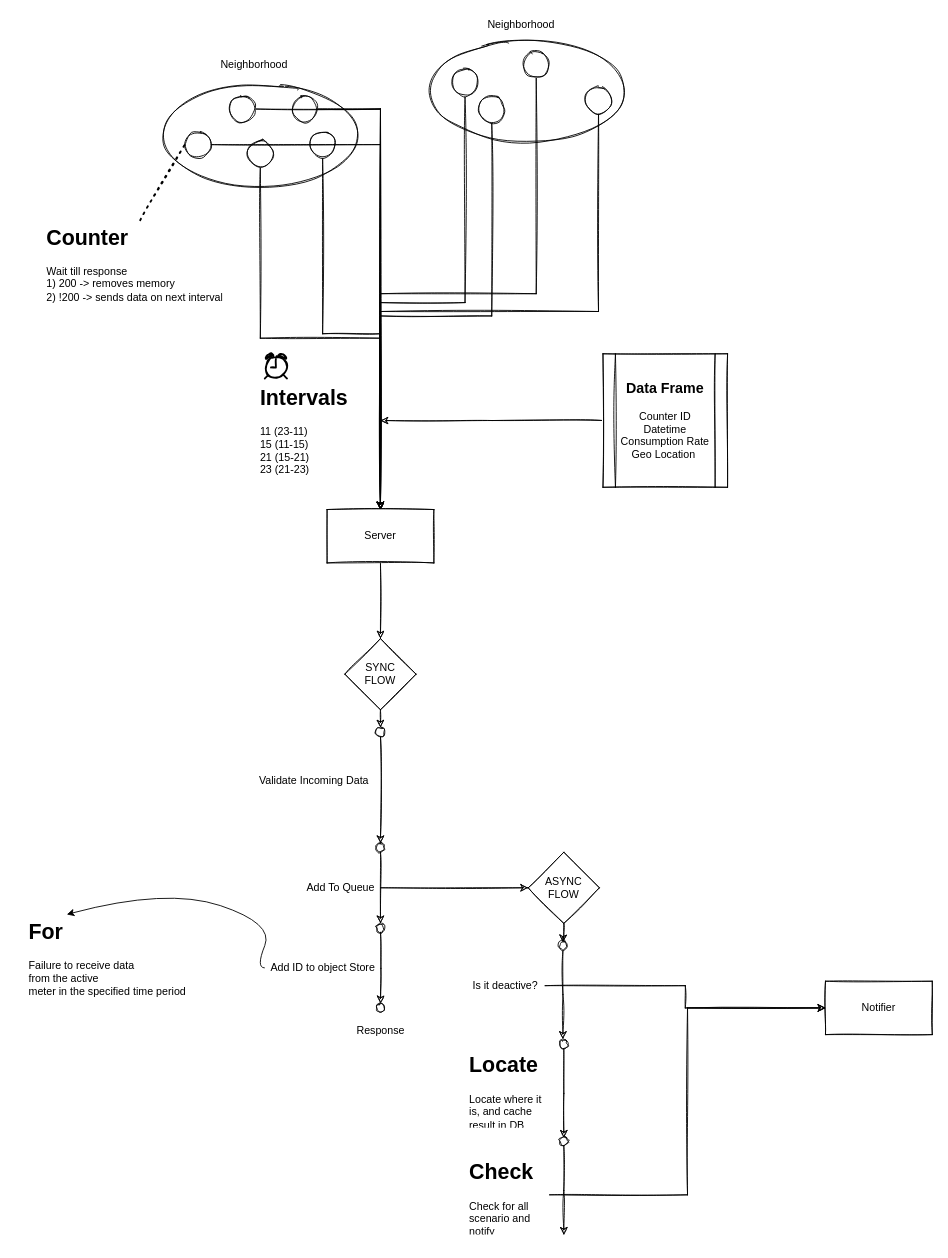
Earlier version of the draw.io diagram System.drawio (micrommer/counter). Source tidied: cells renumbered, new cells numbered last; positions are measured from the earlier drawing's top-left corner, leaving out a move shared by most shapes. Both pictures are drawn from the tidied source at 89%, with x=0, y=0 at pixel (24, 15).
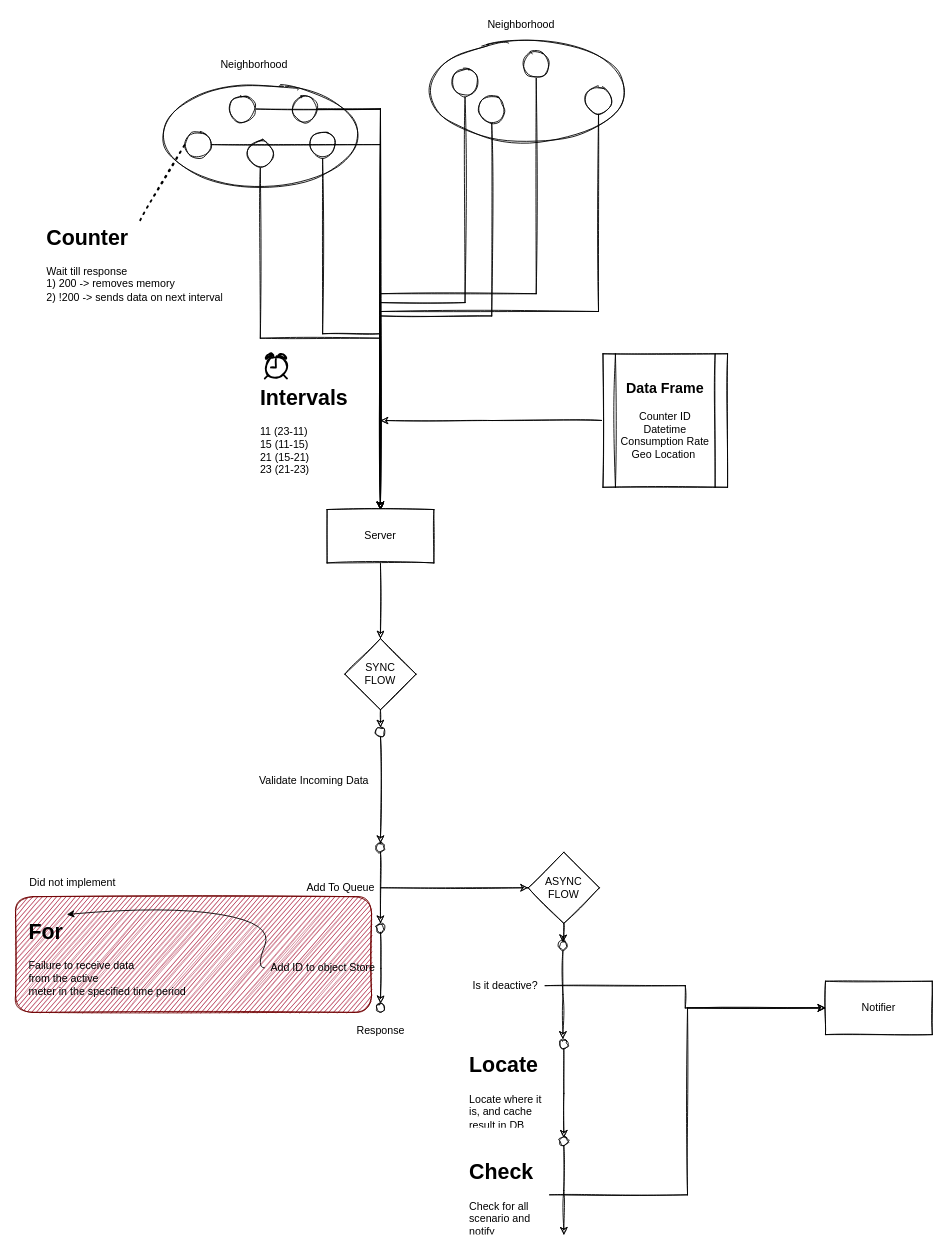
The same page after the edit.

Unchanged cells that the change refers to:
```xml
<mxCell id="44" value="Add ID to object Store" style="text;html=1;align=center;verticalAlign=middle;points=[];strokeColor=none;" parent="1" vertex="1">
  <mxGeometry x="270" y="1060" width="130" height="20" as="geometry" />
</mxCell>
<mxCell id="46" value="&lt;h1&gt;For&lt;/h1&gt;&lt;div&gt;Failure to receive data&lt;br&gt;from the active&lt;br&gt;meter in the specified&amp;nbsp;time period&lt;br&gt;&lt;/div&gt;" style="text;html=1;strokeColor=none;fillColor=none;spacing=5;spacingTop=-20;whiteSpace=wrap;overflow=hidden;rounded=0;sketch=1;" parent="1" vertex="1">
  <mxGeometry y="1010" width="190" height="110" as="geometry" />
</mxCell>
```

The edit, as a diff of the source:
```diff
@@
+    <mxCell id="62" style="rounded=1;whiteSpace=wrap;html=1;sketch=1;fillColor=#a20025;strokeColor=#6F0000;fontColor=#ffffff;" parent="1" vertex="1">
+      <mxGeometry x="-10" y="990" width="400" height="130" as="geometry" />
+    </mxCell>
@@
     <mxCell id="45" style="curved=1;endArrow=classic;html=1;entryX=0.25;entryY=0;entryDx=0;entryDy=0;" parent="1" edge="1" source="44" target="46">
       <mxGeometry relative="1" as="geometry">
         <Array as="points">
           <mxPoint x="260" y="1070" />
           <mxPoint x="280" y="1020" />
-          <mxPoint x="160" y="980" />
+          <mxPoint x="160" y="1000" />
         </Array>
       </mxGeometry>
     </mxCell>
@@
+    <mxCell id="63" value="Did not implement" style="text;strokeColor=none;fillColor=none;align=left;verticalAlign=top;spacingLeft=4;spacingRight=4;overflow=hidden;sketch=1;" parent="1" vertex="1">
+      <mxGeometry y="960" width="150" height="26" as="geometry" />
+    </mxCell>
```
